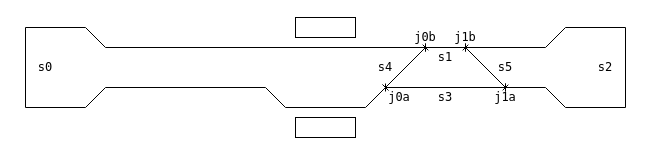
The draw.io diagram page "v2" (1 of 2) of ptcs/docs/路線図.drawio in plarailers/komabasai2024-b, before the edit. Source tidied: cells renumbered, new cells numbered last; positions are measured from the earlier drawing's top-left corner, leaving out a move shared by most shapes. Both pictures are drawn from the tidied source at 100%, with x=0, y=0 at pixel (25, 17).
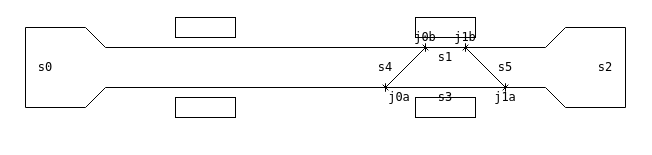
The same page after the edit.

Commit message:
路線図を更新

The edit, as a diff of the source:
```diff
@@
+    <mxCell id="20" style="rounded=0;whiteSpace=wrap;html=1;" parent="1" vertex="1">
+      <mxGeometry x="390" y="80" width="60" height="20" as="geometry" />
+    </mxCell>
+    <mxCell id="21" style="rounded=0;whiteSpace=wrap;html=1;" parent="1" vertex="1">
+      <mxGeometry x="390" width="60" height="20" as="geometry" />
+    </mxCell>
     <mxCell id="2" style="endArrow=baseDash;html=1;rounded=0;startArrow=baseDash;startFill=0;endFill=0;" parent="1" edge="1">
       <mxGeometry relative="1" as="geometry">
         <mxPoint x="400" y="30" as="sourcePoint" />
         <mxPoint x="360" y="70" as="targetPoint" />
         <Array as="points">
           <mxPoint x="80" y="30" />
           <mxPoint x="60" y="10" />
           <mxPoint y="10" />
           <mxPoint y="90" />
           <mxPoint x="60" y="90" />
           <mxPoint x="80" y="70" />
-          <mxPoint x="240" y="70" />
-          <mxPoint x="260" y="90" />
-          <mxPoint x="340" y="90" />
         </Array>
       </mxGeometry>
     </mxCell>
@@
     <mxCell id="8" style="rounded=0;whiteSpace=wrap;html=1;" parent="1" vertex="1">
-      <mxGeometry x="270" width="60" height="20" as="geometry" />
+      <mxGeometry x="150" width="60" height="20" as="geometry" />
     </mxCell>
@@
     <mxCell id="19" style="rounded=0;whiteSpace=wrap;html=1;" parent="1" vertex="1">
-      <mxGeometry x="270" y="100" width="60" height="20" as="geometry" />
+      <mxGeometry x="150" y="80" width="60" height="20" as="geometry" />
     </mxCell>
```
